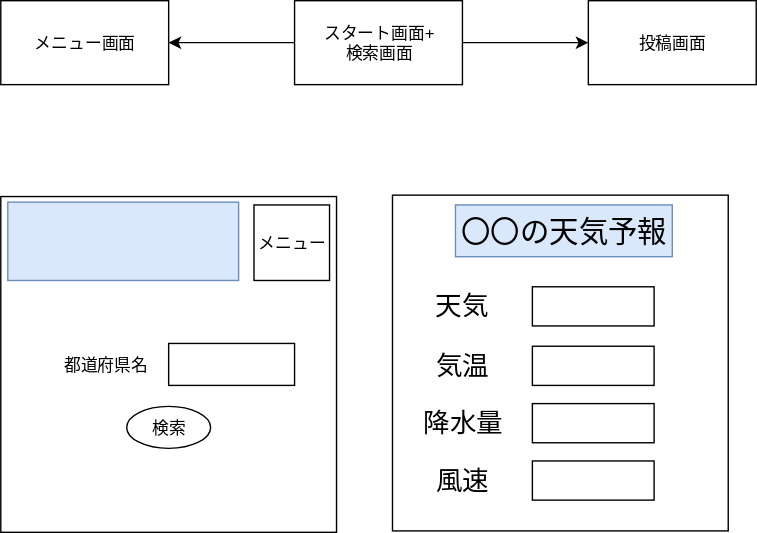
Above: documents/page-design.drawio.svg in 422016Miran/mu-psd-03 (draw.io), before the change. Source tidied: cells renumbered, new cells last; positions are measured from the earlier drawing's top-left corner, leaving out a move shared by most shapes.
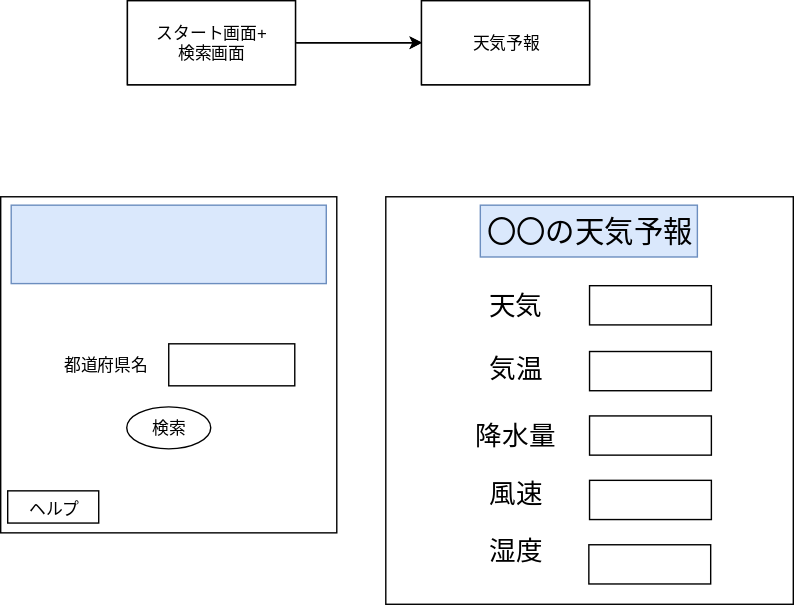
Later version of the same file.

Commit message:
設計図変更

Diff of the diagram source:
```diff
@@ -11,33 +11,21 @@
     <mxCell id="3" style="edgeStyle=orthogonalEdgeStyle;rounded=0;jettySize=auto;html=1;entryX=0;entryY=0.5;entryDx=0;entryDy=0;exitX=1;exitY=0.5;exitDx=0;exitDy=0;" parent="1" edge="1" source="7" target="6">
       <mxGeometry relative="1" as="geometry" />
     </mxCell>
-    <mxCell id="4" value="メニュー画面" style="rounded=0;whiteSpace=wrap;html=1;" parent="1" vertex="1">
-      <mxGeometry width="120" height="60" as="geometry" />
-    </mxCell>
-    <mxCell id="5" style="edgeStyle=orthogonalEdgeStyle;rounded=0;jettySize=auto;html=1;entryX=1;entryY=0.5;entryDx=0;entryDy=0;exitX=0;exitY=0.5;exitDx=0;exitDy=0;" parent="1" edge="1" source="7" target="4">
-      <mxGeometry relative="1" as="geometry" />
-    </mxCell>
     <mxCell id="6" value="投稿画面" style="rounded=0;whiteSpace=wrap;html=1;" parent="1" vertex="1">
-      <mxGeometry x="420" width="120" height="60" as="geometry" />
+      <mxGeometry x="300.5" width="120" height="60" as="geometry" />
     </mxCell>
     <mxCell id="7" value="スタート画面+&lt;br&gt;検索画面" style="rounded=0;whiteSpace=wrap;html=1;" parent="1" vertex="1">
-      <mxGeometry x="210" width="120" height="60" as="geometry" />
+      <mxGeometry x="90.5" width="120" height="60" as="geometry" />
     </mxCell>
     <mxCell id="8" style="whiteSpace=wrap;html=1;" parent="1" vertex="1">
       <mxGeometry y="140" width="240" height="240" as="geometry" />
     </mxCell>
-    <mxCell id="9" value="メニュー" style="whiteSpace=wrap;html=1;" parent="1" vertex="1">
-      <mxGeometry x="181" y="146" width="54" height="54" as="geometry" />
-    </mxCell>
     <mxCell id="10" value="都道府県名" style="text;html=1;strokeColor=none;fillColor=none;align=center;verticalAlign=middle;whiteSpace=wrap;rounded=0;" parent="1" vertex="1">
       <mxGeometry x="30" y="245" width="90" height="30" as="geometry" />
     </mxCell>
     <mxCell id="11" style="rounded=0;whiteSpace=wrap;html=1;" parent="1" vertex="1">
       <mxGeometry x="120" y="245" width="90" height="30" as="geometry" />
     </mxCell>
-    <mxCell id="12" style="whiteSpace=wrap;html=1;" parent="1" vertex="1">
-      <mxGeometry x="280" y="139" width="240" height="240" as="geometry" />
-    </mxCell>
     <mxCell id="13" value="検索" style="ellipse;whiteSpace=wrap;html=1;" parent="1" vertex="1">
       <mxGeometry x="90" y="290" width="60" height="30" as="geometry" />
     </mxCell>
@@ -47,35 +35,62 @@
     <mxCell id="15" style="edgeStyle=orthogonalEdgeStyle;rounded=0;orthogonalLoop=1;jettySize=auto;html=1;exitX=0.5;exitY=1;exitDx=0;exitDy=0;" parent="1" edge="1" source="13" target="13">
       <mxGeometry relative="1" as="geometry" />
     </mxCell>
+    <mxCell id="26" style="edgeStyle=orthogonalEdgeStyle;rounded=0;orthogonalLoop=1;jettySize=auto;html=1;" parent="1" edge="1">
+      <mxGeometry relative="1" as="geometry">
+        <mxPoint x="130" y="30" as="sourcePoint" />
+        <mxPoint x="130" y="30" as="targetPoint" />
+      </mxGeometry>
+    </mxCell>
+    <mxCell id="27" style="edgeStyle=orthogonalEdgeStyle;rounded=0;jettySize=auto;html=1;entryX=0;entryY=0.5;entryDx=0;entryDy=0;exitX=1;exitY=0.5;exitDx=0;exitDy=0;" parent="1" edge="1" source="29" target="28">
+      <mxGeometry relative="1" as="geometry" />
+    </mxCell>
+    <mxCell id="28" value="天気予報" style="rounded=0;whiteSpace=wrap;html=1;" parent="1" vertex="1">
+      <mxGeometry x="300.5" width="120" height="60" as="geometry" />
+    </mxCell>
+    <mxCell id="29" value="スタート画面+&lt;br&gt;検索画面" style="rounded=0;whiteSpace=wrap;html=1;" parent="1" vertex="1">
+      <mxGeometry x="90.5" width="120" height="60" as="geometry" />
+    </mxCell>
+    <mxCell id="30" style="whiteSpace=wrap;html=1;" parent="1" vertex="1">
+      <mxGeometry x="275" y="140" width="291" height="291" as="geometry" />
+    </mxCell>
     <mxCell id="16" value="〇〇の天気予報" style="text;html=1;strokeColor=#6c8ebf;fillColor=#dae8fc;align=center;verticalAlign=middle;whiteSpace=wrap;rounded=0;fontSize=21;" parent="1" vertex="1">
-      <mxGeometry x="325" y="146" width="155" height="37" as="geometry" />
+      <mxGeometry x="342.5" y="146" width="155" height="37" as="geometry" />
     </mxCell>
     <mxCell id="17" value="気温" style="text;html=1;strokeColor=none;fillColor=none;align=center;verticalAlign=middle;whiteSpace=wrap;rounded=0;fontSize=19;" parent="1" vertex="1">
-      <mxGeometry x="297.5" y="248.5" width="65" height="25" as="geometry" />
+      <mxGeometry x="335" y="251" width="65" height="25" as="geometry" />
     </mxCell>
     <mxCell id="18" value="降水量&lt;span style=&quot;color: rgba(0 , 0 , 0 , 0) ; font-family: monospace ; font-size: 0px&quot;&gt;%3CmxGraphModel%3E%3Croot%3E%3CmxCell%20id%3D%220%22%2F%3E%3CmxCell%20id%3D%221%22%20parent%3D%220%22%2F%3E%3CmxCell%20id%3D%222%22%20value%3D%22%E6%B0%97%E6%B8%A9%22%20style%3D%22text%3Bhtml%3D1%3BstrokeColor%3Dnone%3BfillColor%3Dnone%3Balign%3Dcenter%3BverticalAlign%3Dmiddle%3BwhiteSpace%3Dwrap%3Brounded%3D0%3BfontSize%3D19%3B%22%20vertex%3D%221%22%20parent%3D%221%22%3E%3CmxGeometry%20x%3D%22337.5%22%20y%3D%22260%22%20width%3D%2265%22%20height%3D%2225%22%20as%3D%22geometry%22%2F%3E%3C%2FmxCell%3E%3C%2Froot%3E%3C%2FmxGraphModel%3E&lt;/span&gt;" style="text;html=1;strokeColor=none;fillColor=none;align=center;verticalAlign=middle;whiteSpace=wrap;rounded=0;fontSize=19;" parent="1" vertex="1">
-      <mxGeometry x="297.5" y="289.5" width="65" height="25" as="geometry" />
+      <mxGeometry x="335" y="298.5" width="65" height="25" as="geometry" />
     </mxCell>
     <mxCell id="19" value="風速" style="text;html=1;strokeColor=none;fillColor=none;align=center;verticalAlign=middle;whiteSpace=wrap;rounded=0;fontSize=19;" parent="1" vertex="1">
-      <mxGeometry x="297.5" y="330.5" width="65" height="25" as="geometry" />
+      <mxGeometry x="335" y="339.5" width="65" height="25" as="geometry" />
     </mxCell>
-    <mxCell id="20" style="rounded=0;whiteSpace=wrap;html=1;fontSize=19;" parent="1" vertex="1">
-      <mxGeometry x="380" y="247" width="87" height="28" as="geometry" />
-    </mxCell>
-    <mxCell id="21" style="rounded=0;whiteSpace=wrap;html=1;fontSize=19;" parent="1" vertex="1">
-      <mxGeometry x="380" y="288" width="87" height="28" as="geometry" />
-    </mxCell>
-    <mxCell id="22" style="rounded=0;whiteSpace=wrap;html=1;fontSize=19;" parent="1" vertex="1">
-      <mxGeometry x="380" y="329" width="87" height="28" as="geometry" />
-    </mxCell>
-    <mxCell id="23" style="rounded=0;whiteSpace=wrap;html=1;fontSize=19;" parent="1" vertex="1">
-      <mxGeometry x="380" y="204.5" width="87" height="28" as="geometry" />
-    </mxCell>
+    <mxCell id="31" style="rounded=0;whiteSpace=wrap;html=1;fontSize=19;" parent="1" vertex="1">
+      <mxGeometry x="420.5" y="250.5" width="87" height="28" as="geometry" />
+    </mxCell>
+    <mxCell id="32" style="rounded=0;whiteSpace=wrap;html=1;fontSize=19;" parent="1" vertex="1">
+      <mxGeometry x="420.5" y="296.5" width="87" height="28" as="geometry" />
+    </mxCell>
+    <mxCell id="33" style="rounded=0;whiteSpace=wrap;html=1;fontSize=19;" parent="1" vertex="1">
+      <mxGeometry x="420.5" y="342.5" width="87" height="28" as="geometry" />
+    </mxCell>
+    <mxCell id="34" style="rounded=0;whiteSpace=wrap;html=1;fontSize=19;" parent="1" vertex="1">
+      <mxGeometry x="420.5" y="203.5" width="87" height="28" as="geometry" />
+    </mxCell>
     <mxCell id="24" value="天気" style="text;html=1;strokeColor=none;fillColor=none;align=center;verticalAlign=middle;whiteSpace=wrap;rounded=0;fontSize=19;" parent="1" vertex="1">
-      <mxGeometry x="310" y="208.5" width="40" height="20" as="geometry" />
+      <mxGeometry x="347.5" y="208" width="40" height="20" as="geometry" />
     </mxCell>
-    <mxCell id="25" style="rounded=0;whiteSpace=wrap;html=1;fontSize=19;fillColor=#dae8fc;strokeColor=#6c8ebf;" parent="1" vertex="1">
-      <mxGeometry x="5" y="144" width="165" height="56" as="geometry" />
-    </mxCell>
+    <mxCell id="35" style="rounded=0;whiteSpace=wrap;html=1;fontSize=19;fillColor=#dae8fc;strokeColor=#6c8ebf;" parent="1" vertex="1">
+      <mxGeometry x="7.5" y="146" width="225" height="56" as="geometry" />
+    </mxCell>
+    <mxCell id="36" value="湿度" style="text;html=1;strokeColor=none;fillColor=none;align=center;verticalAlign=middle;whiteSpace=wrap;rounded=0;fontSize=19;" parent="1" vertex="1">
+      <mxGeometry x="335" y="380.5" width="65" height="25" as="geometry" />
+    </mxCell>
+    <mxCell id="37" style="rounded=0;whiteSpace=wrap;html=1;fontSize=19;" parent="1" vertex="1">
+      <mxGeometry x="420" y="388.5" width="87" height="28" as="geometry" />
+    </mxCell>
+    <mxCell id="38" value="&lt;font style=&quot;font-size: 12px&quot;&gt;ヘルプ&lt;/font&gt;" style="rounded=0;whiteSpace=wrap;html=1;fontSize=19;" parent="1" vertex="1">
+      <mxGeometry x="5" y="350" width="65" height="23" as="geometry" />
+    </mxCell>
   </root>
 </mxGraphModel>
```
